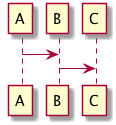
Above: source/imgs/flow.png in ninggf/wulaphp.com (PlantUML), before the change. The source it was exported from:
```plantuml
@startuml flow
A -> B
B -> C
@enduml
```
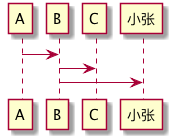
Above is the later version.

Change to the diagram source:
```diff
@@ -1,4 +1,7 @@
 @startuml flow
+
 A -> B
 B -> C
+B -> ??
+
 @enduml
```
